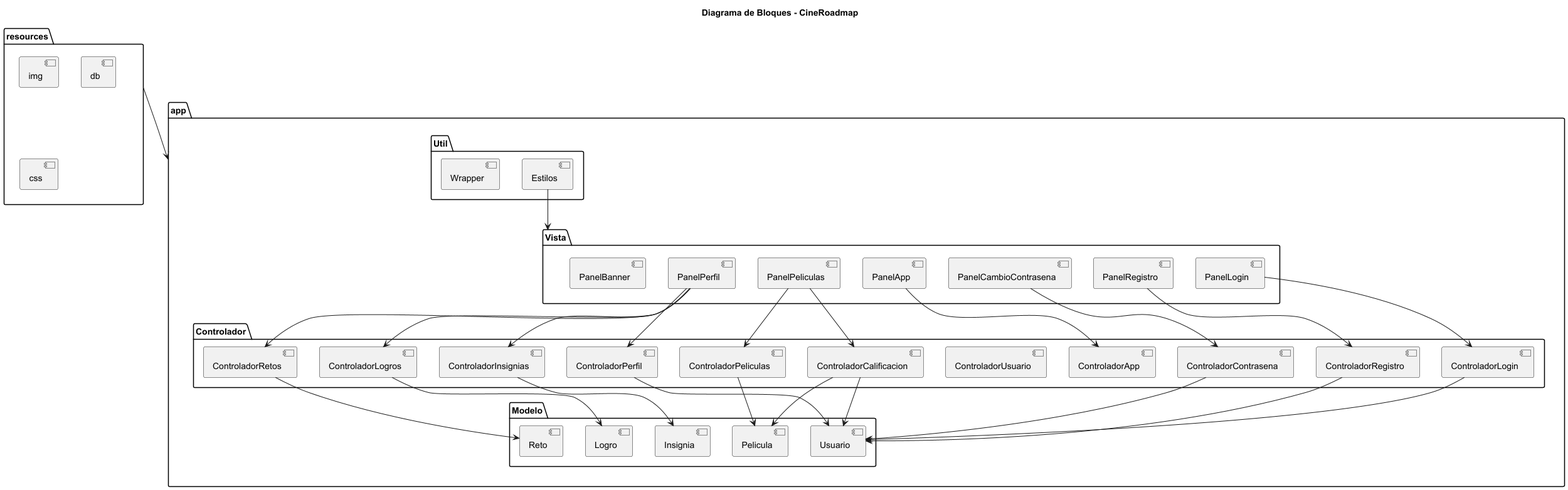
The PlantUML diagram src/main/resources/diagramas/imagenes/DiagramaBloques-Diagrama_de_Bloques___CineRoadmap.png in Perales33/Proyecto_Ingenieria_CineRoadmap, before a commit. Its diagram source:
```plantuml
@startuml
title Diagrama de Bloques - CineRoadmap

package "resources" {
    [img]
    [db]
    [css]
}

package "app"{
    package "Vista" {
        [PanelLogin]
        [PanelRegistro]
        [PanelCambioContrasena]
        [PanelApp]
        [PanelPeliculas]
        [PanelPerfil]
        [PanelBanner]
    }

    package "Controlador" {
        [ControladorLogin]
        [ControladorRegistro]
        [ControladorContrasena]
        [ControladorApp]
        [ControladorUsuario]
        [ControladorPeliculas]
        [ControladorPerfil]
        [ControladorCalificacion]
        [ControladorRetos]
        [ControladorInsignias]
        [ControladorLogros]
    }

    package "Modelo" {
        [Usuario]
        [Pelicula]
        [Insignia]
        [Reto]
        [Logro]
    }

    package "Util" {
        [Estilos]
        [Wrapper]
    }
}
[resources] --> [app]
[PanelLogin] --> [ControladorLogin]
[PanelRegistro] --> [ControladorRegistro]
[PanelCambioContrasena] --> [ControladorContrasena]
[PanelApp] --> [ControladorApp]
[PanelPeliculas] --> [ControladorPeliculas]
[PanelPerfil] --> [ControladorPerfil]
[PanelPeliculas] --> [ControladorCalificacion]
[PanelPerfil] --> [ControladorRetos]
[PanelPerfil] --> [ControladorInsignias]
[PanelPerfil] --> [ControladorLogros]

[ControladorLogin] --> [Usuario]
[ControladorRegistro] --> [Usuario]
[ControladorContrasena] --> [Usuario]
[ControladorPeliculas] --> [Pelicula]
[ControladorPerfil] --> [Usuario]
[ControladorCalificacion] --> [Usuario]
[ControladorCalificacion] --> [Pelicula]
[ControladorInsignias] --> [Insignia]
[ControladorRetos] --> [Reto]
[ControladorLogros] --> [Logro]

[Estilos] --> [Vista]

@enduml
```
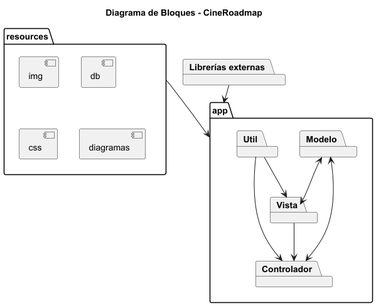
Later version of the same file.

Commit message:
Cambios diagramas

The edit, as a diff of the source:
```diff
@@ -5,69 +5,32 @@
     [img]
     [db]
     [css]
+    [diagramas]
 }
 
 package "app"{
     package "Vista" {
-        [PanelLogin]
-        [PanelRegistro]
-        [PanelCambioContrasena]
-        [PanelApp]
-        [PanelPeliculas]
-        [PanelPerfil]
-        [PanelBanner]
     }
 
     package "Controlador" {
-        [ControladorLogin]
-        [ControladorRegistro]
-        [ControladorContrasena]
-        [ControladorApp]
-        [ControladorUsuario]
-        [ControladorPeliculas]
-        [ControladorPerfil]
-        [ControladorCalificacion]
-        [ControladorRetos]
-        [ControladorInsignias]
-        [ControladorLogros]
     }
 
     package "Modelo" {
-        [Usuario]
-        [Pelicula]
-        [Insignia]
-        [Reto]
-        [Logro]
     }
 
     package "Util" {
-        [Estilos]
-        [Wrapper]
+
     }
 }
+
+package "Librerías externas"
+
+
 [resources] --> [app]
-[PanelLogin] --> [ControladorLogin]
-[PanelRegistro] --> [ControladorRegistro]
-[PanelCambioContrasena] --> [ControladorContrasena]
-[PanelApp] --> [ControladorApp]
-[PanelPeliculas] --> [ControladorPeliculas]
-[PanelPerfil] --> [ControladorPerfil]
-[PanelPeliculas] --> [ControladorCalificacion]
-[PanelPerfil] --> [ControladorRetos]
-[PanelPerfil] --> [ControladorInsignias]
-[PanelPerfil] --> [ControladorLogros]
-
-[ControladorLogin] --> [Usuario]
-[ControladorRegistro] --> [Usuario]
-[ControladorContrasena] --> [Usuario]
-[ControladorPeliculas] --> [Pelicula]
-[ControladorPerfil] --> [Usuario]
-[ControladorCalificacion] --> [Usuario]
-[ControladorCalificacion] --> [Pelicula]
-[ControladorInsignias] --> [Insignia]
-[ControladorRetos] --> [Reto]
-[ControladorLogros] --> [Logro]
-
-[Estilos] --> [Vista]
-
+[Util] --> [Vista]
+[Util] --> [Controlador]
+[Modelo] <--> [Vista]
+[Modelo] <--> [Controlador]
+[Vista] --> [Controlador]
+[Librerías externas] --> [app]
 @enduml
```
